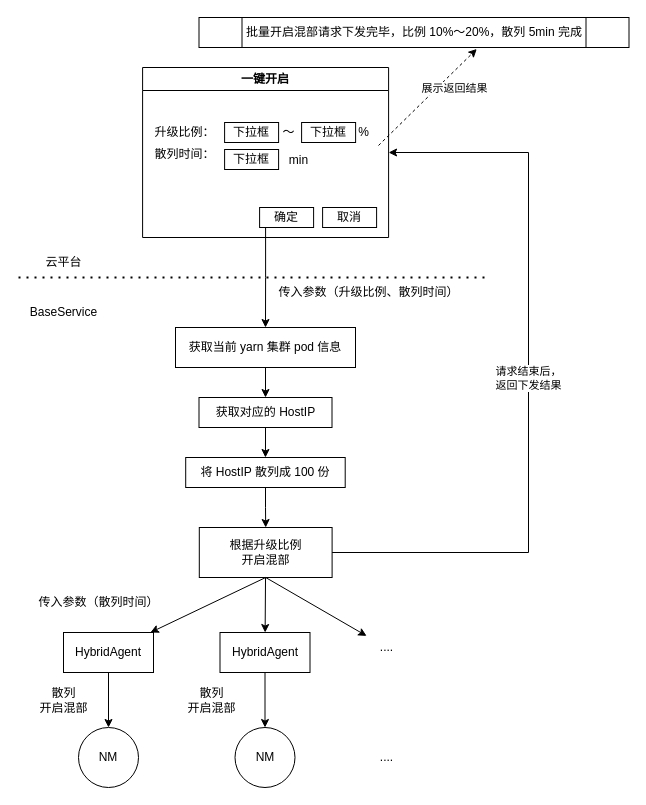
cityofwang/beats keeps this draw.io diagram as 一键开启混部.drawio. Above is the earlier version. Source tidied: cells renumbered, new cells numbered last; positions are measured from the earlier drawing's top-left corner, leaving out a move shared by most shapes. Both pictures are drawn from the tidied source at 100%, with x=0, y=0 at pixel (18, 17).
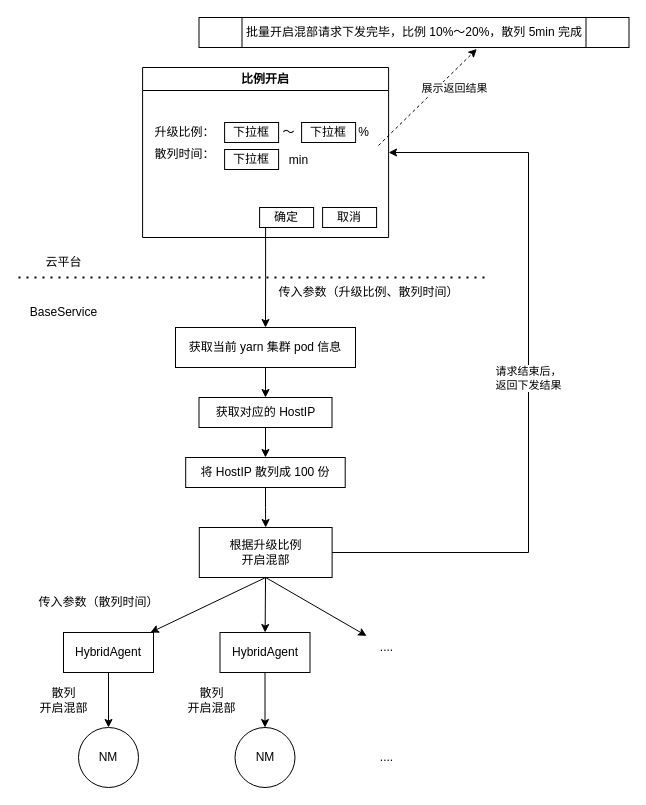
Above is the later version.

Commit message:
比例开启混部.drawio

Change to the diagram source:
```diff
@@
-    <mxCell id="3" value="一键开启" style="swimlane;whiteSpace=wrap;html=1;" parent="1" vertex="1">
+    <mxCell id="3" value="比例开启" style="swimlane;whiteSpace=wrap;html=1;" parent="1" vertex="1">
       <mxGeometry x="124.1" y="50" width="246" height="170" as="geometry" />
     </mxCell>
```
